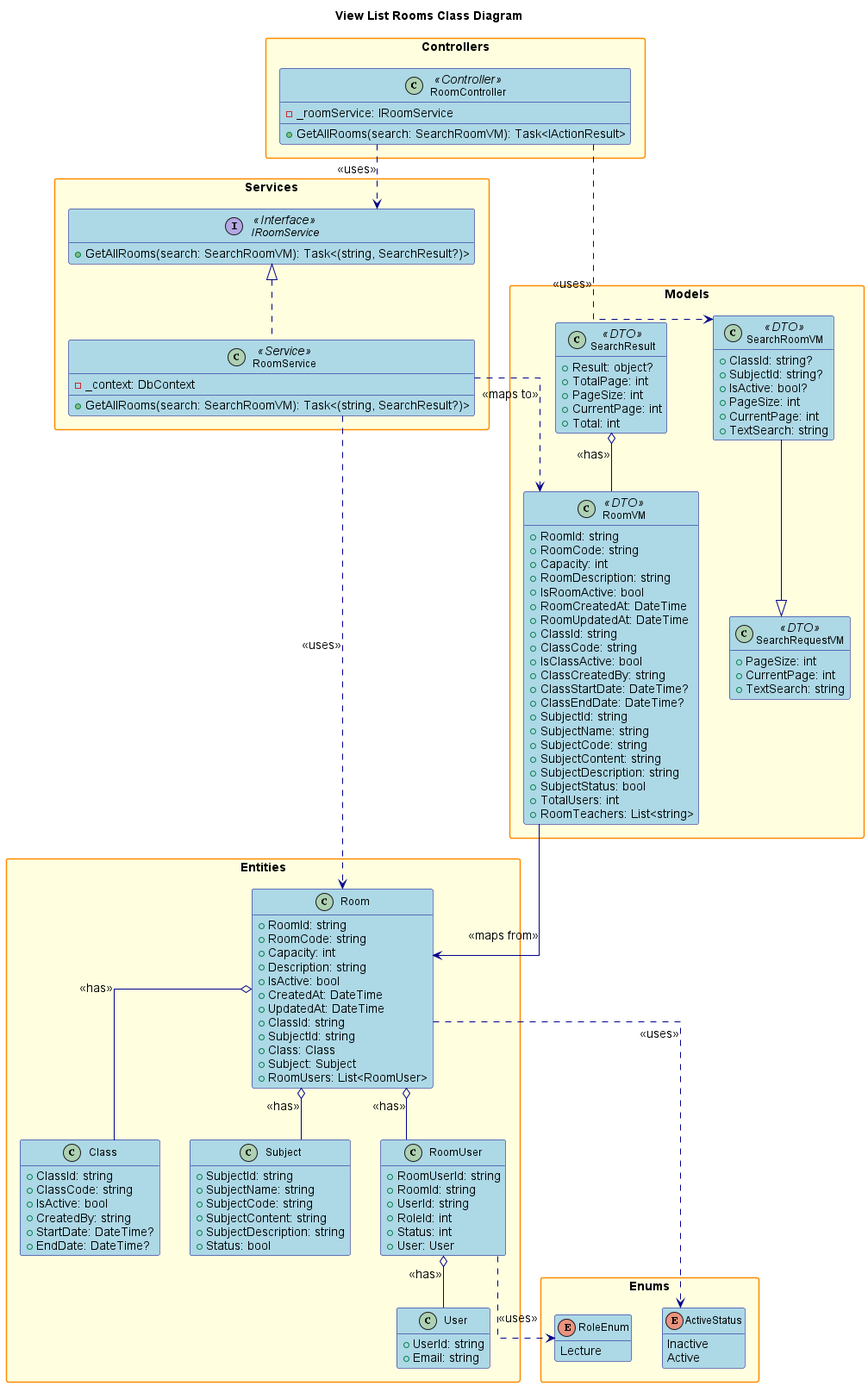
Above: design/out/viewlistrooms/viewlistrooms.png in conghoan1211/AI-Kiosk-Testing-system (PlantUML), before the change. Source of this version:
```plantuml
@startuml

title View List Rooms Class Diagram

hide empty members
skinparam packageStyle rectangle
skinparam linetype ortho
skinparam defaultFontSize 14
skinparam defaultFontName Arial
skinparam classFontSize 12
skinparam classFontName Arial
skinparam noteFontSize 11
skinparam noteFontName Arial

skinparam class {
    BackgroundColor LightBlue
    BorderColor DarkBlue
    ArrowColor DarkBlue
    FontSize 12
}

skinparam package {
    BackgroundColor LightYellow
    BorderColor DarkOrange
    FontSize 14
    FontStyle bold
}

skinparam interface {
    BackgroundColor LightGreen
    BorderColor DarkGreen
    FontSize 12
}

skinparam enum {
    BackgroundColor LightCyan
    BorderColor DarkCyan
    FontSize 12
}

package "Controllers" {
    class RoomController <<Controller>> {
        - _roomService: IRoomService
        + GetAllRooms(search: SearchRoomVM): Task<IActionResult>
    }
}

package "Services" {
    interface IRoomService <<Interface>> {
        + GetAllRooms(search: SearchRoomVM): Task<(string, SearchResult?)>
    }
    class RoomService <<Service>> {
        - _context: DbContext
        + GetAllRooms(search: SearchRoomVM): Task<(string, SearchResult?)>
    }
}

package "Models" {
    class SearchRoomVM <<DTO>> {
        + ClassId: string?
        + SubjectId: string?
        + IsActive: bool?
        + PageSize: int
        + CurrentPage: int
        + TextSearch: string
    }
    class SearchRequestVM <<DTO>> {
        + PageSize: int
        + CurrentPage: int
        + TextSearch: string
    }
    class RoomVM <<DTO>> {
        + RoomId: string
        + RoomCode: string
        + Capacity: int
        + RoomDescription: string
        + IsRoomActive: bool
        + RoomCreatedAt: DateTime
        + RoomUpdatedAt: DateTime
        + ClassId: string
        + ClassCode: string
        + IsClassActive: bool
        + ClassCreatedBy: string
        + ClassStartDate: DateTime?
        + ClassEndDate: DateTime?
        + SubjectId: string
        + SubjectName: string
        + SubjectCode: string
        + SubjectContent: string
        + SubjectDescription: string
        + SubjectStatus: bool
        + TotalUsers: int
        + RoomTeachers: List<string>
    }
    class SearchResult <<DTO>> {
        + Result: object?
        + TotalPage: int
        + PageSize: int
        + CurrentPage: int
        + Total: int
    }
}

package "Entities" {
    class Room {
        + RoomId: string
        + RoomCode: string
        + Capacity: int
        + Description: string
        + IsActive: bool
        + CreatedAt: DateTime
        + UpdatedAt: DateTime
        + ClassId: string
        + SubjectId: string
        + Class: Class
        + Subject: Subject
        + RoomUsers: List<RoomUser>
    }
    class Class {
        + ClassId: string
        + ClassCode: string
        + IsActive: bool
        + CreatedBy: string
        + StartDate: DateTime?
        + EndDate: DateTime?
    }
    class Subject {
        + SubjectId: string
        + SubjectName: string
        + SubjectCode: string
        + SubjectContent: string
        + SubjectDescription: string
        + Status: bool
    }
    class RoomUser {
        + RoomUserId: string
        + RoomId: string
        + UserId: string
        + RoleId: int
        + Status: int
        + User: User
    }
    class User {
        + UserId: string
        + Email: string
    }
}

package "Enums" {
    enum ActiveStatus {
        Inactive
        Active
    }
    enum RoleEnum {
        Lecture
    }
}

RoomController ..> IRoomService : <<uses>>
IRoomService <|.. RoomService
RoomController ..> SearchRoomVM : <<uses>>
RoomService ..> Room : <<uses>>
RoomService ..> RoomVM : <<maps to>>
SearchRoomVM --|> SearchRequestVM
Room o-- Class : <<has>>
Room o-- Subject : <<has>>
Room o-- RoomUser : <<has>>
RoomUser o-- User : <<has>>
RoomUser ..> RoleEnum : <<uses>>
Room ..> ActiveStatus : <<uses>>
RoomVM --> Room : <<maps from>>
SearchResult o-- RoomVM : <<has>>

@enduml
```
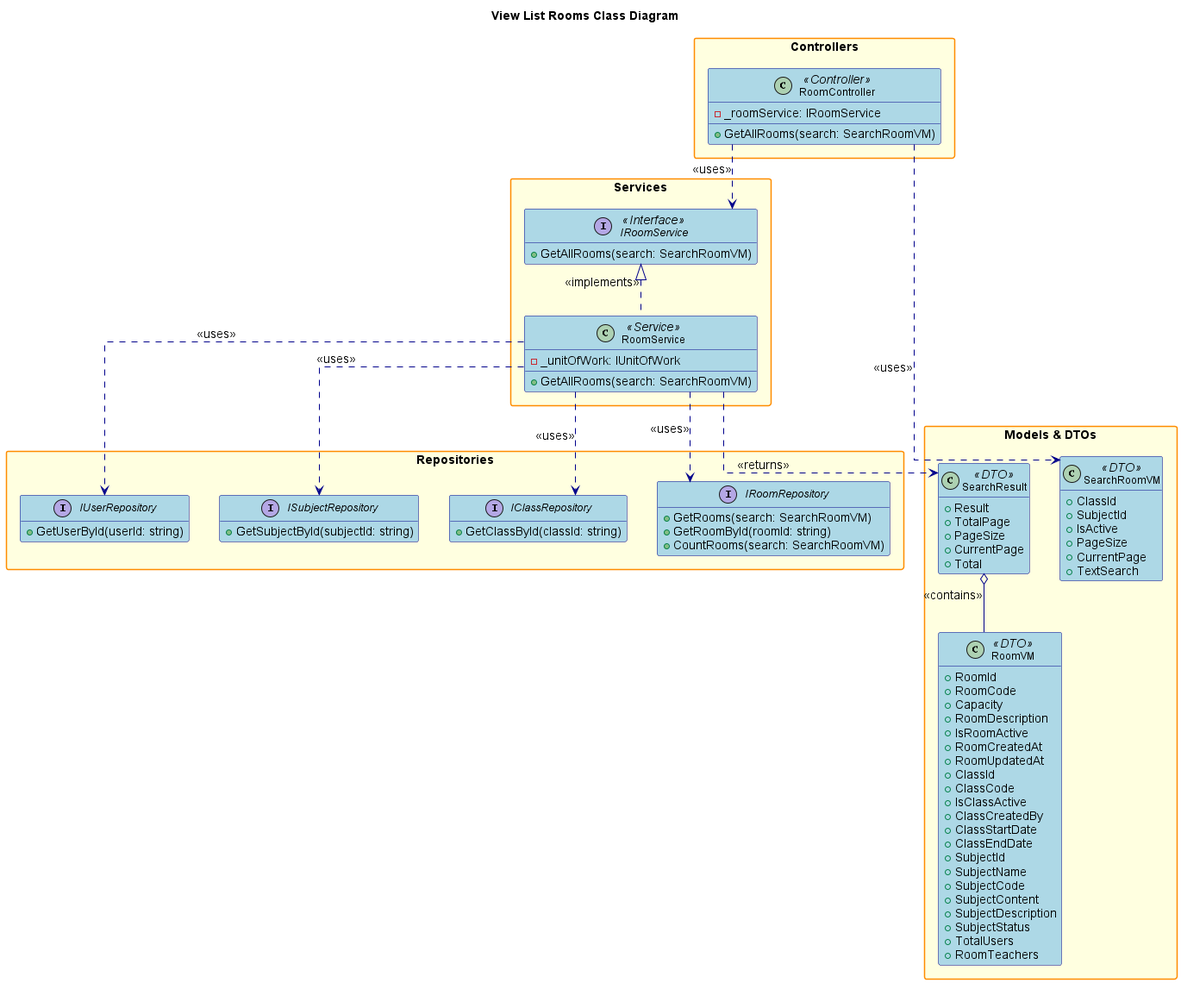
The same file after the commit.

Diff of the diagram source:
```diff
@@ -1,6 +1,4 @@
 @startuml
-
-title View List Rooms Class Diagram
 
 hide empty members
 skinparam packageStyle rectangle
@@ -25,150 +23,97 @@
     FontSize 14
     FontStyle bold
 }
-
 skinparam interface {
     BackgroundColor LightGreen
     BorderColor DarkGreen
     FontSize 12
 }
 
-skinparam enum {
-    BackgroundColor LightCyan
-    BorderColor DarkCyan
-    FontSize 12
-}
+title View List Rooms Class Diagram
 
 package "Controllers" {
     class RoomController <<Controller>> {
         - _roomService: IRoomService
-        + GetAllRooms(search: SearchRoomVM): Task<IActionResult>
+        + GetAllRooms(search: SearchRoomVM)
     }
 }
 
 package "Services" {
     interface IRoomService <<Interface>> {
-        + GetAllRooms(search: SearchRoomVM): Task<(string, SearchResult?)>
+        + GetAllRooms(search: SearchRoomVM)
     }
     class RoomService <<Service>> {
-        - _context: DbContext
-        + GetAllRooms(search: SearchRoomVM): Task<(string, SearchResult?)>
+        - _unitOfWork: IUnitOfWork
+        + GetAllRooms(search: SearchRoomVM)
     }
 }
 
-package "Models" {
-    class SearchRoomVM <<DTO>> {
-        + ClassId: string?
-        + SubjectId: string?
-        + IsActive: bool?
-        + PageSize: int
-        + CurrentPage: int
-        + TextSearch: string
+package "Repositories" {
+    interface IRoomRepository {
+        + GetRooms(search: SearchRoomVM)
+        + GetRoomById(roomId: string)
+        + CountRooms(search: SearchRoomVM)
     }
-    class SearchRequestVM <<DTO>> {
-        + PageSize: int
-        + CurrentPage: int
-        + TextSearch: string
+    interface IClassRepository {
+        + GetClassById(classId: string)
     }
-    class RoomVM <<DTO>> {
-        + RoomId: string
-        + RoomCode: string
-        + Capacity: int
-        + RoomDescription: string
-        + IsRoomActive: bool
-        + RoomCreatedAt: DateTime
-        + RoomUpdatedAt: DateTime
-        + ClassId: string
-        + ClassCode: string
-        + IsClassActive: bool
-        + ClassCreatedBy: string
-        + ClassStartDate: DateTime?
-        + ClassEndDate: DateTime?
-        + SubjectId: string
-        + SubjectName: string
-        + SubjectCode: string
-        + SubjectContent: string
-        + SubjectDescription: string
-        + SubjectStatus: bool
-        + TotalUsers: int
-        + RoomTeachers: List<string>
+    interface ISubjectRepository {
+        + GetSubjectById(subjectId: string)
     }
-    class SearchResult <<DTO>> {
-        + Result: object?
-        + TotalPage: int
-        + PageSize: int
-        + CurrentPage: int
-        + Total: int
+    interface IUserRepository {
+        + GetUserById(userId: string)
     }
 }
 
-package "Entities" {
-    class Room {
-        + RoomId: string
-        + RoomCode: string
-        + Capacity: int
-        + Description: string
-        + IsActive: bool
-        + CreatedAt: DateTime
-        + UpdatedAt: DateTime
-        + ClassId: string
-        + SubjectId: string
-        + Class: Class
-        + Subject: Subject
-        + RoomUsers: List<RoomUser>
+package "Models & DTOs" {
+    class SearchRoomVM <<DTO>> {
+        + ClassId
+        + SubjectId
+        + IsActive
+        + PageSize
+        + CurrentPage
+        + TextSearch
     }
-    class Class {
-        + ClassId: string
-        + ClassCode: string
-        + IsActive: bool
-        + CreatedBy: string
-        + StartDate: DateTime?
-        + EndDate: DateTime?
+    class SearchResult <<DTO>> {
+        + Result
+        + TotalPage
+        + PageSize
+        + CurrentPage
+        + Total
     }
-    class Subject {
-        + SubjectId: string
-        + SubjectName: string
-        + SubjectCode: string
-        + SubjectContent: string
-        + SubjectDescription: string
-        + Status: bool
-    }
-    class RoomUser {
-        + RoomUserId: string
-        + RoomId: string
-        + UserId: string
-        + RoleId: int
-        + Status: int
-        + User: User
-    }
-    class User {
-        + UserId: string
-        + Email: string
-    }
-}
-
-package "Enums" {
-    enum ActiveStatus {
-        Inactive
-        Active
-    }
-    enum RoleEnum {
-        Lecture
+    class RoomVM <<DTO>> {
+        + RoomId
+        + RoomCode
+        + Capacity
+        + RoomDescription
+        + IsRoomActive
+        + RoomCreatedAt
+        + RoomUpdatedAt
+        + ClassId
+        + ClassCode
+        + IsClassActive
+        + ClassCreatedBy
+        + ClassStartDate
+        + ClassEndDate
+        + SubjectId
+        + SubjectName
+        + SubjectCode
+        + SubjectContent
+        + SubjectDescription
+        + SubjectStatus
+        + TotalUsers
+        + RoomTeachers
     }
 }
 
 RoomController ..> IRoomService : <<uses>>
-IRoomService <|.. RoomService
 RoomController ..> SearchRoomVM : <<uses>>
-RoomService ..> Room : <<uses>>
-RoomService ..> RoomVM : <<maps to>>
-SearchRoomVM --|> SearchRequestVM
-Room o-- Class : <<has>>
-Room o-- Subject : <<has>>
-Room o-- RoomUser : <<has>>
-RoomUser o-- User : <<has>>
-RoomUser ..> RoleEnum : <<uses>>
-Room ..> ActiveStatus : <<uses>>
-RoomVM --> Room : <<maps from>>
-SearchResult o-- RoomVM : <<has>>
+IRoomService <|.. RoomService : <<implements>>
+RoomService ..> IRoomRepository : <<uses>>
+RoomService ..> IClassRepository : <<uses>>
+RoomService ..> ISubjectRepository : <<uses>>
+RoomService ..> IUserRepository : <<uses>>
+RoomService ..> SearchResult : <<returns>>
+SearchResult o-- RoomVM : <<contains>>
 
 @enduml
```
